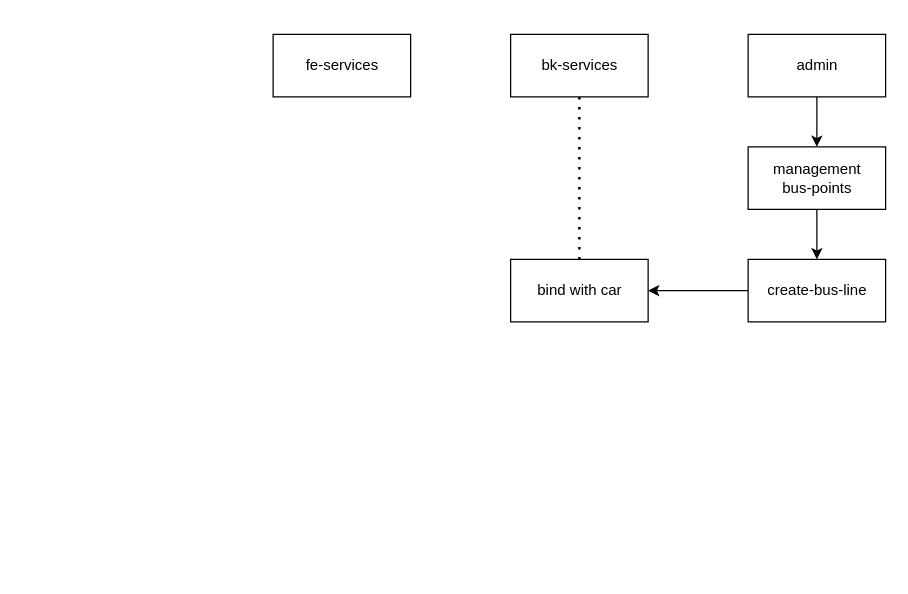
wurh/myDesignDoc keeps this draw.io diagram as 出行项目/minibus_data_flow.drawio. Above is the earlier version. Source tidied: cells renumbered, new cells numbered last; positions are measured from the earlier drawing's top-left corner, leaving out a move shared by most shapes. Both pictures are drawn from the tidied source at 125%, with x=0, y=0 at pixel (272, 34).
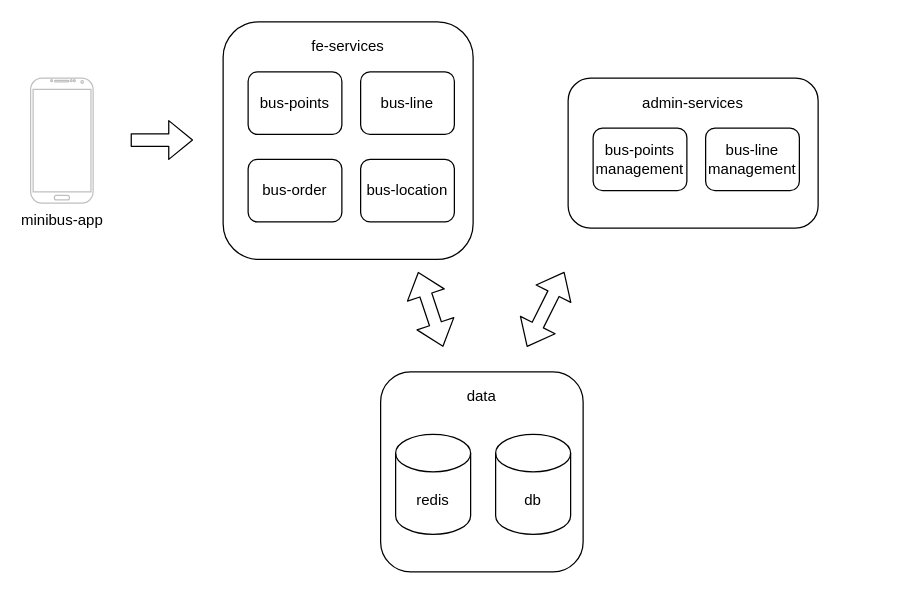
The same diagram, later.

Diff of the diagram source:
```diff
@@
+    <mxCell id="12" style="rounded=1;whiteSpace=wrap;html=1;" parent="1" vertex="1">
+      <mxGeometry x="86" y="270" width="162" height="160" as="geometry" />
+    </mxCell>
+    <mxCell id="13" value="db" style="shape=cylinder3;whiteSpace=wrap;html=1;boundedLbl=1;backgroundOutline=1;size=15;" parent="1" vertex="1">
+      <mxGeometry x="178" y="320" width="60" height="80" as="geometry" />
+    </mxCell>
+    <mxCell id="14" value="redis" style="shape=cylinder3;whiteSpace=wrap;html=1;boundedLbl=1;backgroundOutline=1;size=15;" parent="1" vertex="1">
+      <mxGeometry x="98" y="320" width="60" height="80" as="geometry" />
+    </mxCell>
+    <mxCell id="15" style="rounded=1;whiteSpace=wrap;html=1;" parent="1" vertex="1">
+      <mxGeometry x="236" y="35" width="200" height="120" as="geometry" />
+    </mxCell>
+    <mxCell id="16" value="admin-services" style="text;html=1;strokeColor=none;fillColor=none;align=center;verticalAlign=middle;whiteSpace=wrap;rounded=0;" parent="1" vertex="1">
+      <mxGeometry x="276" y="45" width="120" height="20" as="geometry" />
+    </mxCell>
+    <mxCell id="17" value="bus-points&lt;br&gt;management" style="rounded=1;whiteSpace=wrap;html=1;" parent="1" vertex="1">
+      <mxGeometry x="256" y="75" width="75" height="50" as="geometry" />
+    </mxCell>
+    <mxCell id="18" value="bus-line&lt;br&gt;management" style="rounded=1;whiteSpace=wrap;html=1;" parent="1" vertex="1">
+      <mxGeometry x="346" y="75" width="75" height="50" as="geometry" />
+    </mxCell>
+    <mxCell id="19" style="rounded=1;whiteSpace=wrap;html=1;" parent="1" vertex="1">
+      <mxGeometry x="-40" y="-10" width="200" height="190" as="geometry" />
+    </mxCell>
-    <mxCell id="2" value="fe-services" style="html=1;" parent="1" vertex="1">
-      <mxGeometry width="110" height="50" as="geometry" />
+    <mxCell id="2" value="fe-services" style="text;html=1;strokeColor=none;fillColor=none;align=center;verticalAlign=middle;whiteSpace=wrap;rounded=0;" parent="1" vertex="1">
+      <mxGeometry width="120" height="20" as="geometry" />
     </mxCell>
-    <mxCell id="3" value="bk-services" style="html=1;" parent="1" vertex="1">
-      <mxGeometry x="190" width="110" height="50" as="geometry" />
-    </mxCell>
-    <mxCell id="4" style="edgeStyle=orthogonalEdgeStyle;rounded=0;jettySize=auto;html=1;" parent="1" edge="1" source="5" target="10">
-      <mxGeometry relative="1" as="geometry" />
-    </mxCell>
-    <mxCell id="5" value="admin" style="html=1;" parent="1" vertex="1">
-      <mxGeometry x="380" width="110" height="50" as="geometry" />
-    </mxCell>
-    <mxCell id="6" style="edgeStyle=orthogonalEdgeStyle;rounded=0;jettySize=auto;html=1;" parent="1" edge="1" source="7" target="8">
-      <mxGeometry relative="1" as="geometry" />
-    </mxCell>
-    <mxCell id="7" value="create-bus-line" style="html=1;" parent="1" vertex="1">
-      <mxGeometry x="380" y="180" width="110" height="50" as="geometry" />
-    </mxCell>
-    <mxCell id="8" value="bind with car" style="html=1;" parent="1" vertex="1">
-      <mxGeometry x="190" y="180" width="110" height="50" as="geometry" />
-    </mxCell>
-    <mxCell id="9" style="edgeStyle=orthogonalEdgeStyle;rounded=0;jettySize=auto;html=1;" parent="1" edge="1" source="10" target="7">
-      <mxGeometry relative="1" as="geometry" />
-    </mxCell>
-    <mxCell id="10" value="management&lt;br&gt;bus-points" style="html=1;" parent="1" vertex="1">
-      <mxGeometry x="380" y="90" width="110" height="50" as="geometry" />
-    </mxCell>
-    <mxCell id="11" style="endArrow=none;dashed=1;html=1;dashPattern=1 3;strokeWidth=2;entryX=0.5;entryY=1;entryDx=0;entryDy=0;exitX=0.5;exitY=0;exitDx=0;exitDy=0;" parent="1" edge="1" source="8" target="3">
-      <mxGeometry relative="1" as="geometry" />
-    </mxCell>
+    <mxCell id="20" value="bus-points" style="rounded=1;whiteSpace=wrap;html=1;" parent="1" vertex="1">
+      <mxGeometry x="-20" y="30" width="75" height="50" as="geometry" />
+    </mxCell>
+    <mxCell id="21" value="bus-line" style="rounded=1;whiteSpace=wrap;html=1;" parent="1" vertex="1">
+      <mxGeometry x="70" y="30" width="75" height="50" as="geometry" />
+    </mxCell>
+    <mxCell id="22" value="bus-order" style="rounded=1;whiteSpace=wrap;html=1;" parent="1" vertex="1">
+      <mxGeometry x="-20" y="100" width="75" height="50" as="geometry" />
+    </mxCell>
+    <mxCell id="23" value="bus-location" style="rounded=1;whiteSpace=wrap;html=1;" parent="1" vertex="1">
+      <mxGeometry x="70" y="100" width="75" height="50" as="geometry" />
+    </mxCell>
+    <mxCell id="24" value="minibus-app" style="verticalLabelPosition=bottom;verticalAlign=top;html=1;shadow=0;dashed=0;strokeWidth=1;shape=mxgraph.android.phone2;strokeColor=#c0c0c0;" parent="1" vertex="1">
+      <mxGeometry x="-194" y="35" width="50" height="100" as="geometry" />
+    </mxCell>
+    <mxCell id="25" style="shape=flexArrow;endArrow=classic;html=1;" parent="1" edge="1">
+      <mxGeometry relative="1" as="geometry">
+        <mxPoint x="-114" y="84.5" as="sourcePoint" />
+        <mxPoint x="-64" y="84.5" as="targetPoint" />
+      </mxGeometry>
+    </mxCell>
+    <mxCell id="26" style="shape=flexArrow;endArrow=classic;startArrow=classic;html=1;" parent="1" edge="1">
+      <mxGeometry relative="1" as="geometry">
+        <mxPoint x="136" y="250" as="sourcePoint" />
+        <mxPoint x="116" y="190" as="targetPoint" />
+      </mxGeometry>
+    </mxCell>
+    <mxCell id="27" value="data" style="text;html=1;strokeColor=none;fillColor=none;align=center;verticalAlign=middle;whiteSpace=wrap;rounded=0;" parent="1" vertex="1">
+      <mxGeometry x="147" y="280" width="40" height="20" as="geometry" />
+    </mxCell>
+    <mxCell id="28" style="shape=flexArrow;endArrow=classic;startArrow=classic;html=1;" parent="1" edge="1">
+      <mxGeometry relative="1" as="geometry">
+        <mxPoint x="203" y="250" as="sourcePoint" />
+        <mxPoint x="233" y="190" as="targetPoint" />
+      </mxGeometry>
+    </mxCell>
```
